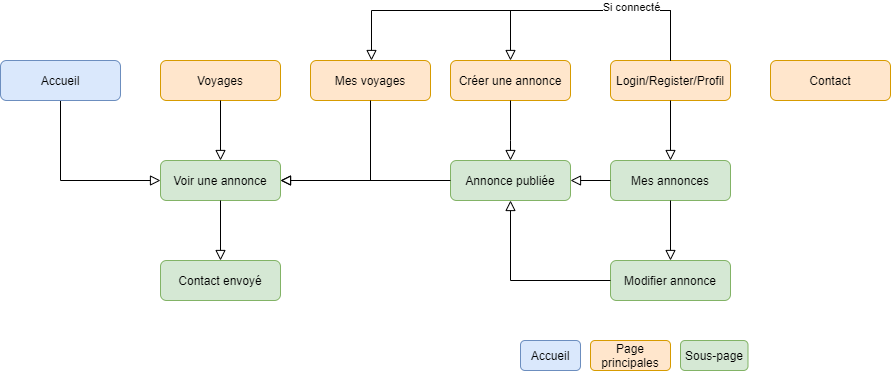
Earlier version of the draw.io export Documentation/Maquette visuelle/Maquette.png (keanutrosset/HotelplanEnMieux). Source tidied: cells renumbered, new cells last; positions are measured from the earlier drawing's top-left corner, leaving out a move shared by most shapes. Its diagram source:
```xml
<mxGraphModel>
  <root>
    <mxCell id="0" />
    <mxCell id="1" parent="0" />
    <mxCell id="2" style="rounded=0;html=1;jettySize=auto;fontSize=11;endArrow=block;endFill=0;endSize=8;strokeWidth=1;shadow=0;labelBackgroundColor=none;edgeStyle=orthogonalEdgeStyle;entryX=0;entryY=0.5;entryDx=0;entryDy=0;exitX=0.5;exitY=1;exitDx=0;exitDy=0;" parent="1" edge="1" source="3" target="4">
      <mxGeometry relative="1" as="geometry" />
    </mxCell>
    <mxCell id="3" value="Accueil" style="rounded=1;whiteSpace=wrap;html=1;fontSize=12;glass=0;strokeWidth=1;shadow=0;fillColor=#dae8fc;strokeColor=#6c8ebf;" parent="1" vertex="1">
      <mxGeometry y="50" width="120" height="40" as="geometry" />
    </mxCell>
    <mxCell id="4" value="Voir une annonce" style="rounded=1;whiteSpace=wrap;html=1;fontSize=12;glass=0;strokeWidth=1;shadow=0;fillColor=#d5e8d4;strokeColor=#82b366;" parent="1" vertex="1">
      <mxGeometry x="160" y="150" width="120" height="40" as="geometry" />
    </mxCell>
    <mxCell id="5" value="Créer une annonce" style="rounded=1;whiteSpace=wrap;html=1;fontSize=12;glass=0;strokeWidth=1;shadow=0;fillColor=#ffe6cc;strokeColor=#d79b00;" parent="1" vertex="1">
      <mxGeometry x="450" y="50" width="120" height="40" as="geometry" />
    </mxCell>
    <mxCell id="6" value="Voyages" style="rounded=1;whiteSpace=wrap;html=1;fontSize=12;glass=0;strokeWidth=1;shadow=0;fillColor=#ffe6cc;strokeColor=#d79b00;" parent="1" vertex="1">
      <mxGeometry x="160" y="50" width="120" height="40" as="geometry" />
    </mxCell>
    <mxCell id="7" value="Login/Register/Profil" style="rounded=1;whiteSpace=wrap;html=1;fontSize=12;glass=0;strokeWidth=1;shadow=0;fillColor=#ffe6cc;strokeColor=#d79b00;" parent="1" vertex="1">
      <mxGeometry x="610" y="50" width="120" height="40" as="geometry" />
    </mxCell>
    <mxCell id="8" value="Contact" style="rounded=1;whiteSpace=wrap;html=1;fontSize=12;glass=0;strokeWidth=1;shadow=0;fillColor=#ffe6cc;strokeColor=#d79b00;" parent="1" vertex="1">
      <mxGeometry x="770" y="50" width="120" height="40" as="geometry" />
    </mxCell>
    <mxCell id="9" value="Annonce publiée" style="rounded=1;whiteSpace=wrap;html=1;fontSize=12;glass=0;strokeWidth=1;shadow=0;fillColor=#d5e8d4;strokeColor=#82b366;" parent="1" vertex="1">
      <mxGeometry x="450" y="150" width="120" height="40" as="geometry" />
    </mxCell>
    <mxCell id="10" value="Mes annonces" style="rounded=1;whiteSpace=wrap;html=1;fontSize=12;glass=0;strokeWidth=1;shadow=0;fillColor=#d5e8d4;strokeColor=#82b366;" parent="1" vertex="1">
      <mxGeometry x="610" y="150" width="120" height="40" as="geometry" />
    </mxCell>
    <mxCell id="11" style="rounded=0;html=1;jettySize=auto;fontSize=11;endArrow=block;endFill=0;endSize=8;strokeWidth=1;shadow=0;labelBackgroundColor=none;edgeStyle=orthogonalEdgeStyle;entryX=0.5;entryY=0;entryDx=0;entryDy=0;exitX=0.5;exitY=1;exitDx=0;exitDy=0;" parent="1" edge="1" source="6" target="4">
      <mxGeometry relative="1" as="geometry" />
    </mxCell>
    <mxCell id="12" style="rounded=0;html=1;jettySize=auto;fontSize=11;endArrow=block;endFill=0;endSize=8;strokeWidth=1;shadow=0;labelBackgroundColor=none;edgeStyle=orthogonalEdgeStyle;exitX=0.5;exitY=1;exitDx=0;exitDy=0;entryX=0.5;entryY=0;entryDx=0;entryDy=0;" parent="1" edge="1" source="5" target="9">
      <mxGeometry relative="1" as="geometry">
        <Array as="points">
          <mxPoint x="510" y="130" />
          <mxPoint x="510" y="130" />
        </Array>
      </mxGeometry>
    </mxCell>
    <mxCell id="13" style="rounded=0;html=1;jettySize=auto;fontSize=11;endArrow=block;endFill=0;endSize=8;strokeWidth=1;shadow=0;labelBackgroundColor=none;edgeStyle=orthogonalEdgeStyle;entryX=0.5;entryY=0;entryDx=0;entryDy=0;exitX=0.5;exitY=1;exitDx=0;exitDy=0;" parent="1" edge="1" source="7" target="10">
      <mxGeometry relative="1" as="geometry" />
    </mxCell>
    <mxCell id="14" style="rounded=0;html=1;jettySize=auto;fontSize=11;endArrow=block;endFill=0;endSize=8;strokeWidth=1;shadow=0;labelBackgroundColor=none;edgeStyle=orthogonalEdgeStyle;entryX=0.5;entryY=0;entryDx=0;entryDy=0;exitX=0.5;exitY=0;exitDx=0;exitDy=0;" parent="1" edge="1" source="7" target="5">
      <mxGeometry relative="1" as="geometry">
        <Array as="points">
          <mxPoint x="670" />
          <mxPoint x="510" />
        </Array>
      </mxGeometry>
    </mxCell>
    <mxCell id="15" value="Sous-page" style="rounded=1;whiteSpace=wrap;html=1;fontSize=12;glass=0;strokeWidth=1;shadow=0;fillColor=#d5e8d4;strokeColor=#82b366;" parent="1" vertex="1">
      <mxGeometry x="680" y="330" width="67.5" height="30" as="geometry" />
    </mxCell>
    <mxCell id="16" value="Page principales" style="rounded=1;whiteSpace=wrap;html=1;fontSize=12;glass=0;strokeWidth=1;shadow=0;fillColor=#ffe6cc;strokeColor=#d79b00;" parent="1" vertex="1">
      <mxGeometry x="590" y="330" width="80" height="30" as="geometry" />
    </mxCell>
    <mxCell id="17" value="Accueil" style="rounded=1;whiteSpace=wrap;html=1;fontSize=12;glass=0;strokeWidth=1;shadow=0;fillColor=#dae8fc;strokeColor=#6c8ebf;" parent="1" vertex="1">
      <mxGeometry x="520" y="330" width="60" height="30" as="geometry" />
    </mxCell>
    <mxCell id="18" style="rounded=0;html=1;jettySize=auto;fontSize=11;endArrow=block;endFill=0;endSize=8;strokeWidth=1;shadow=0;labelBackgroundColor=none;edgeStyle=orthogonalEdgeStyle;exitX=0;exitY=0.5;exitDx=0;exitDy=0;entryX=1;entryY=0.5;entryDx=0;entryDy=0;" parent="1" edge="1" source="9" target="4">
      <mxGeometry relative="1" as="geometry" />
    </mxCell>
    <mxCell id="19" style="rounded=0;html=1;jettySize=auto;fontSize=11;endArrow=block;endFill=0;endSize=8;strokeWidth=1;shadow=0;labelBackgroundColor=none;edgeStyle=orthogonalEdgeStyle;exitX=0;exitY=0.5;exitDx=0;exitDy=0;entryX=1;entryY=0.5;entryDx=0;entryDy=0;" parent="1" edge="1" source="10" target="9">
      <mxGeometry relative="1" as="geometry" />
    </mxCell>
    <mxCell id="20" value="Contact envoyé" style="rounded=1;whiteSpace=wrap;html=1;fontSize=12;glass=0;strokeWidth=1;shadow=0;fillColor=#d5e8d4;strokeColor=#82b366;" parent="1" vertex="1">
      <mxGeometry x="160" y="250" width="120" height="40" as="geometry" />
    </mxCell>
    <mxCell id="21" style="rounded=0;html=1;jettySize=auto;fontSize=11;endArrow=block;endFill=0;endSize=8;strokeWidth=1;shadow=0;labelBackgroundColor=none;edgeStyle=orthogonalEdgeStyle;entryX=0.5;entryY=0;entryDx=0;entryDy=0;exitX=0.5;exitY=1;exitDx=0;exitDy=0;" parent="1" edge="1" source="4" target="20">
      <mxGeometry relative="1" as="geometry" />
    </mxCell>
    <mxCell id="22" value="Modifier annonce" style="rounded=1;whiteSpace=wrap;html=1;fontSize=12;glass=0;strokeWidth=1;shadow=0;fillColor=#d5e8d4;strokeColor=#82b366;" parent="1" vertex="1">
      <mxGeometry x="610" y="250" width="120" height="40" as="geometry" />
    </mxCell>
    <mxCell id="23" value="Mes voyages" style="rounded=1;whiteSpace=wrap;html=1;fontSize=12;glass=0;strokeWidth=1;shadow=0;fillColor=#ffe6cc;strokeColor=#d79b00;" parent="1" vertex="1">
      <mxGeometry x="310" y="50" width="120" height="40" as="geometry" />
    </mxCell>
    <mxCell id="24" style="rounded=0;html=1;jettySize=auto;fontSize=11;endArrow=block;endFill=0;endSize=8;strokeWidth=1;shadow=0;labelBackgroundColor=none;edgeStyle=orthogonalEdgeStyle;exitX=0.5;exitY=1;exitDx=0;exitDy=0;entryX=1;entryY=0.5;entryDx=0;entryDy=0;" parent="1" edge="1" source="23" target="4">
      <mxGeometry relative="1" as="geometry" />
    </mxCell>
    <mxCell id="25" style="rounded=0;html=1;jettySize=auto;fontSize=11;endArrow=block;endFill=0;endSize=8;strokeWidth=1;shadow=0;labelBackgroundColor=none;edgeStyle=orthogonalEdgeStyle;entryX=0.5;entryY=0;entryDx=0;entryDy=0;exitX=0.5;exitY=1;exitDx=0;exitDy=0;" parent="1" edge="1" source="10" target="22">
      <mxGeometry relative="1" as="geometry" />
    </mxCell>
    <mxCell id="26" style="rounded=0;html=1;jettySize=auto;fontSize=11;endArrow=block;endFill=0;endSize=8;strokeWidth=1;shadow=0;labelBackgroundColor=none;edgeStyle=orthogonalEdgeStyle;exitX=0;exitY=0.5;exitDx=0;exitDy=0;entryX=0.5;entryY=1;entryDx=0;entryDy=0;fontStyle=1;" parent="1" edge="1" source="22" target="9">
      <mxGeometry relative="1" as="geometry" />
    </mxCell>
    <mxCell id="27" style="rounded=0;html=1;jettySize=auto;fontSize=11;endArrow=block;endFill=0;endSize=8;strokeWidth=1;shadow=0;labelBackgroundColor=none;edgeStyle=orthogonalEdgeStyle;entryX=0.5;entryY=0;entryDx=0;entryDy=0;exitX=0.5;exitY=0;exitDx=0;exitDy=0;" parent="1" edge="1" source="7">
      <mxGeometry relative="1" as="geometry">
        <mxPoint x="371" y="50" as="targetPoint" />
        <Array as="points">
          <mxPoint x="670" />
          <mxPoint x="371" />
        </Array>
      </mxGeometry>
    </mxCell>
    <mxCell id="28" value="Si connecté" style="edgeLabel;html=1;align=center;verticalAlign=middle;" parent="27" vertex="1">
      <mxGeometry x="-0.55" y="-4" relative="1" as="geometry" />
    </mxCell>
  </root>
</mxGraphModel>
```
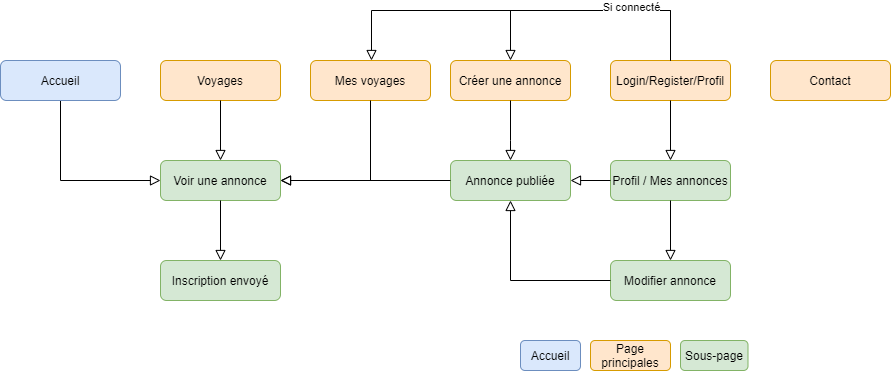
The same diagram one commit later.

Diff of the diagram source:
```diff
@@ -26,7 +26,7 @@
     <mxCell id="9" value="Annonce publiée" style="rounded=1;whiteSpace=wrap;html=1;fontSize=12;glass=0;strokeWidth=1;shadow=0;fillColor=#d5e8d4;strokeColor=#82b366;" parent="1" vertex="1">
       <mxGeometry x="450" y="150" width="120" height="40" as="geometry" />
     </mxCell>
-    <mxCell id="10" value="Mes annonces" style="rounded=1;whiteSpace=wrap;html=1;fontSize=12;glass=0;strokeWidth=1;shadow=0;fillColor=#d5e8d4;strokeColor=#82b366;" parent="1" vertex="1">
+    <mxCell id="10" value="Profil / Mes annonces" style="rounded=1;whiteSpace=wrap;html=1;fontSize=12;glass=0;strokeWidth=1;shadow=0;fillColor=#d5e8d4;strokeColor=#82b366;" parent="1" vertex="1">
       <mxGeometry x="610" y="150" width="120" height="40" as="geometry" />
     </mxCell>
     <mxCell id="11" style="rounded=0;html=1;jettySize=auto;fontSize=11;endArrow=block;endFill=0;endSize=8;strokeWidth=1;shadow=0;labelBackgroundColor=none;edgeStyle=orthogonalEdgeStyle;entryX=0.5;entryY=0;entryDx=0;entryDy=0;exitX=0.5;exitY=1;exitDx=0;exitDy=0;" parent="1" edge="1" source="6" target="4">
@@ -66,7 +66,7 @@
     <mxCell id="19" style="rounded=0;html=1;jettySize=auto;fontSize=11;endArrow=block;endFill=0;endSize=8;strokeWidth=1;shadow=0;labelBackgroundColor=none;edgeStyle=orthogonalEdgeStyle;exitX=0;exitY=0.5;exitDx=0;exitDy=0;entryX=1;entryY=0.5;entryDx=0;entryDy=0;" parent="1" edge="1" source="10" target="9">
       <mxGeometry relative="1" as="geometry" />
     </mxCell>
-    <mxCell id="20" value="Contact envoyé" style="rounded=1;whiteSpace=wrap;html=1;fontSize=12;glass=0;strokeWidth=1;shadow=0;fillColor=#d5e8d4;strokeColor=#82b366;" parent="1" vertex="1">
+    <mxCell id="20" value="Inscription envoyé" style="rounded=1;whiteSpace=wrap;html=1;fontSize=12;glass=0;strokeWidth=1;shadow=0;fillColor=#d5e8d4;strokeColor=#82b366;" parent="1" vertex="1">
       <mxGeometry x="160" y="250" width="120" height="40" as="geometry" />
     </mxCell>
     <mxCell id="21" style="rounded=0;html=1;jettySize=auto;fontSize=11;endArrow=block;endFill=0;endSize=8;strokeWidth=1;shadow=0;labelBackgroundColor=none;edgeStyle=orthogonalEdgeStyle;entryX=0.5;entryY=0;entryDx=0;entryDy=0;exitX=0.5;exitY=1;exitDx=0;exitDy=0;" parent="1" edge="1" source="4" target="20">
```
